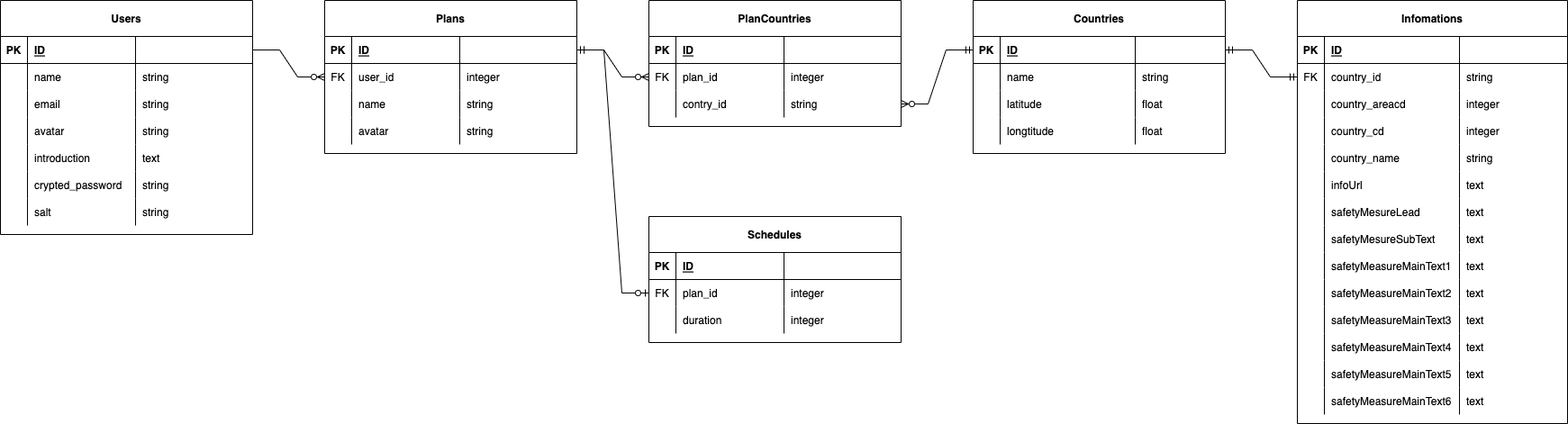
Before: Round_Planner.drawio.png, a diagram exported from draw.io (tomitahisaki/portfolio). Source tidied: cells renumbered, new cells last; positions are measured from the earlier drawing's top-left corner, leaving out a move shared by most shapes.
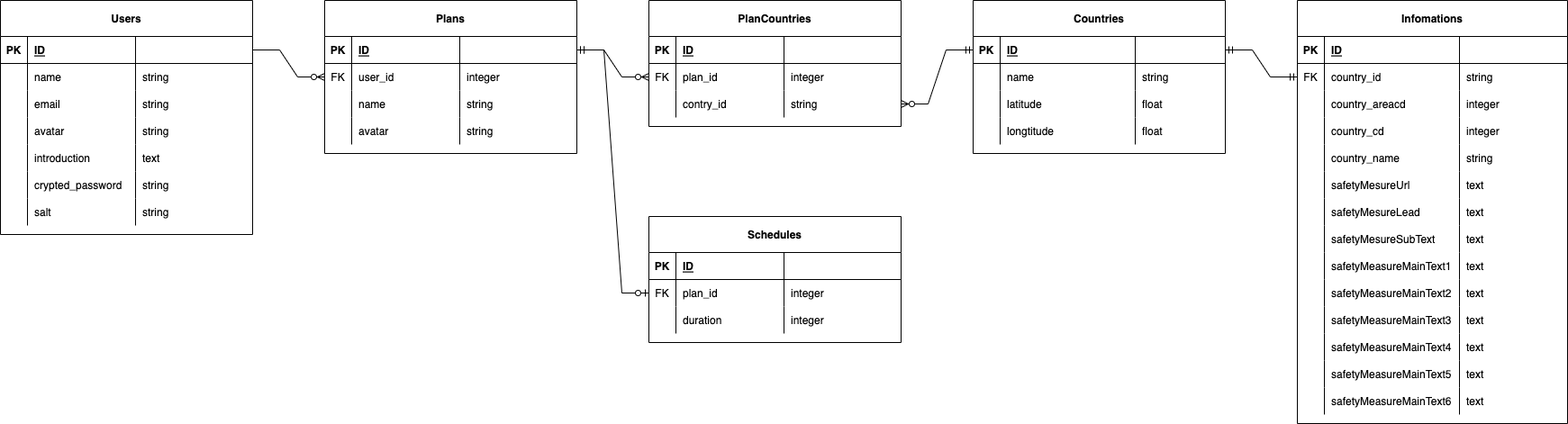
The same diagram one commit later.

Commit message:
Round_Planner.drawio.png を追加しました。

Change to the diagram source:
```diff
@@ -352,7 +352,7 @@
     <mxCell id="117" style="shape=partialRectangle;overflow=hidden;fillColor=none;top=0;left=0;bottom=0;right=0;labelBackgroundColor=none;rounded=0;" parent="116" vertex="1">
       <mxGeometry width="30" height="30" as="geometry" />
     </mxCell>
-    <mxCell id="118" value="infoUrl" style="shape=partialRectangle;overflow=hidden;fillColor=none;top=0;left=0;bottom=0;right=0;align=left;spacingLeft=6;labelBackgroundColor=none;rounded=0;" parent="116" vertex="1">
+    <mxCell id="118" value="safetyMesureUrl" style="shape=partialRectangle;overflow=hidden;fillColor=none;top=0;left=0;bottom=0;right=0;align=left;spacingLeft=6;labelBackgroundColor=none;rounded=0;" parent="116" vertex="1">
       <mxGeometry x="30" width="150" height="30" as="geometry" />
     </mxCell>
     <mxCell id="119" value="text" style="shape=partialRectangle;overflow=hidden;fillColor=none;top=0;left=0;bottom=0;right=0;align=left;spacingLeft=6;labelBackgroundColor=none;rounded=0;" parent="116" vertex="1">
```
